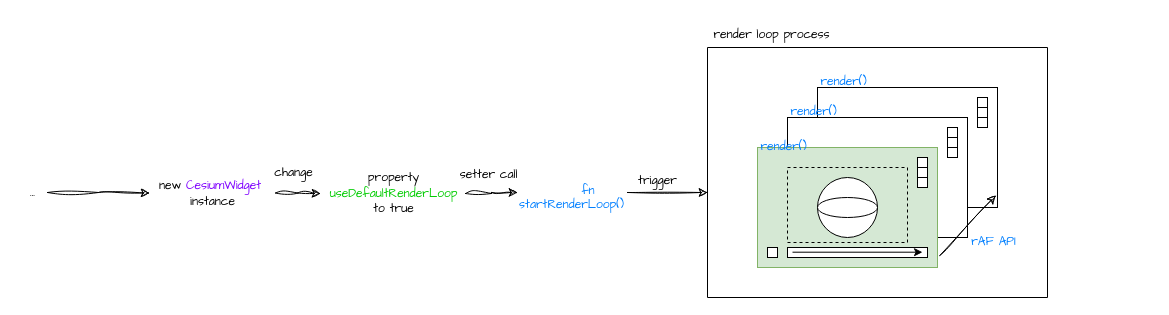
Earlier version of the draw.io diagram Temp/需要发布的博客/01Cesium的渲染调度/01Cesium的渲染调度.drawio (githubli1123/CesiumExampleCollection). Source tidied: cells renumbered, new cells numbered last; positions are measured from the earlier drawing's top-left corner, leaving out a move shared by most shapes. Both pictures are drawn from the tidied source at 100%, with x=0, y=0 at pixel (17, 20).
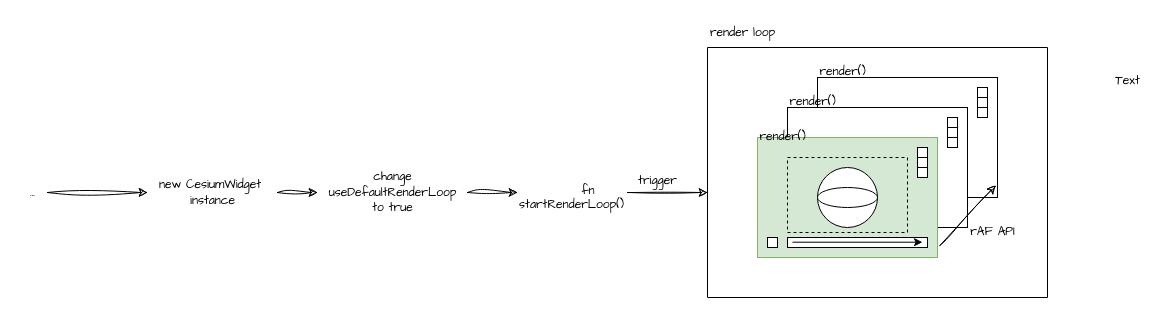
Above is the later version.

Diff of the diagram source:
```diff
@@
-    <mxCell id="2" style="edgeStyle=orthogonalEdgeStyle;rounded=0;jettySize=auto;html=1;entryX=0;entryY=0.5;entryDx=0;entryDy=0;sketch=1;curveFitting=1;jiggle=2;" parent="1" edge="1" source="3" target="30">
-      <mxGeometry relative="1" as="geometry" />
-    </mxCell>
-    <mxCell id="3" value="&lt;font face=&quot;Comic Sans MS&quot;&gt;property&lt;/font&gt;&lt;br&gt;&lt;div&gt;&lt;font color=&quot;#00cc00&quot; face=&quot;Comic Sans MS&quot;&gt;useDefaultRenderLoop&lt;/font&gt;&lt;div&gt;&lt;font face=&quot;Comic Sans MS&quot;&gt;to true&lt;/font&gt;&lt;/div&gt;&lt;/div&gt;" style="text;html=1;align=center;verticalAlign=middle;points=[];strokeColor=none;fillColor=none;" parent="1" vertex="1">
-      <mxGeometry x="303" y="144" width="145" height="58" as="geometry" />
-    </mxCell>
-    <mxCell id="4" style="swimlane;startSize=0;rounded=0;glass=0;shadow=0;swimlaneLine=1;" parent="1" vertex="1">
-      <mxGeometry x="690" y="27" width="340" height="250" as="geometry" />
-    </mxCell>
-    <mxCell id="5" style="group;" parent="4" vertex="1">
-      <mxGeometry x="40" y="20" width="278" height="200" as="geometry" />
-    </mxCell>
-    <mxCell id="6" style="rounded=0;whiteSpace=wrap;html=1;" parent="5" vertex="1">
-      <mxGeometry x="70" y="20" width="180" height="120" as="geometry" />
+    <mxCell id="6" style="rounded=0;whiteSpace=wrap;html=1;" parent="1" vertex="1">
+      <mxGeometry x="800" y="57" width="180" height="120" as="geometry" />
     </mxCell>
-    <mxCell id="7" style="rounded=0;whiteSpace=wrap;html=1;" parent="5" vertex="1">
-      <mxGeometry x="40" y="50" width="180" height="120" as="geometry" />
+    <mxCell id="7" style="rounded=0;whiteSpace=wrap;html=1;" parent="1" vertex="1">
+      <mxGeometry x="770" y="87" width="180" height="120" as="geometry" />
     </mxCell>
-    <mxCell id="8" style="rounded=0;whiteSpace=wrap;html=1;" parent="5" vertex="1">
-      <mxGeometry x="200" y="60" width="10" height="10" as="geometry" />
+    <mxCell id="8" style="rounded=0;whiteSpace=wrap;html=1;" parent="1" vertex="1">
+      <mxGeometry x="930" y="97" width="10" height="10" as="geometry" />
     </mxCell>
-    <mxCell id="9" style="rounded=0;whiteSpace=wrap;html=1;" parent="5" vertex="1">
-      <mxGeometry x="200" y="70" width="10" height="10" as="geometry" />
+    <mxCell id="9" style="rounded=0;whiteSpace=wrap;html=1;" parent="1" vertex="1">
+      <mxGeometry x="930" y="107" width="10" height="10" as="geometry" />
     </mxCell>
-    <mxCell id="10" style="rounded=0;whiteSpace=wrap;html=1;" parent="5" vertex="1">
-      <mxGeometry x="200" y="80" width="10" height="10" as="geometry" />
+    <mxCell id="10" style="rounded=0;whiteSpace=wrap;html=1;" parent="1" vertex="1">
+      <mxGeometry x="930" y="117" width="10" height="10" as="geometry" />
     </mxCell>
-    <mxCell id="11" style="rounded=0;whiteSpace=wrap;html=1;" parent="5" vertex="1">
-      <mxGeometry x="230" y="30" width="10" height="10" as="geometry" />
+    <mxCell id="11" style="rounded=0;whiteSpace=wrap;html=1;" parent="1" vertex="1">
+      <mxGeometry x="960" y="67" width="10" height="10" as="geometry" />
     </mxCell>
-    <mxCell id="12" style="rounded=0;whiteSpace=wrap;html=1;" parent="5" vertex="1">
-      <mxGeometry x="230" y="40" width="10" height="10" as="geometry" />
+    <mxCell id="12" style="rounded=0;whiteSpace=wrap;html=1;" parent="1" vertex="1">
+      <mxGeometry x="960" y="77" width="10" height="10" as="geometry" />
     </mxCell>
-    <mxCell id="13" style="rounded=0;whiteSpace=wrap;html=1;" parent="5" vertex="1">
-      <mxGeometry x="230" y="50" width="10" height="10" as="geometry" />
+    <mxCell id="13" style="rounded=0;whiteSpace=wrap;html=1;" parent="1" vertex="1">
+      <mxGeometry x="960" y="87" width="10" height="10" as="geometry" />
     </mxCell>
-    <mxCell id="14" style="group;fillColor=#d5e8d4;strokeColor=#82b366;" parent="5" vertex="1">
-      <mxGeometry x="10" y="80" width="180" height="120" as="geometry" />
+    <mxCell id="14" style="group;fillColor=#d5e8d4;strokeColor=#82b366;" parent="1" vertex="1">
+      <mxGeometry x="740" y="117" width="180" height="120" as="geometry" />
     </mxCell>
+    <mxCell id="2" style="edgeStyle=orthogonalEdgeStyle;rounded=0;jettySize=auto;html=1;entryX=0;entryY=0.5;entryDx=0;entryDy=0;sketch=1;curveFitting=1;jiggle=2;" parent="1" edge="1" source="3" target="30">
+      <mxGeometry relative="1" as="geometry" />
+    </mxCell>
+    <mxCell id="3" value="&lt;font face=&quot;Comic Sans MS&quot;&gt;change&lt;/font&gt;&lt;br&gt;&lt;div&gt;&lt;font face=&quot;Comic Sans MS&quot;&gt;useDefaultRenderLoop&lt;/font&gt;&lt;div&gt;&lt;font face=&quot;Comic Sans MS&quot;&gt;to true&lt;/font&gt;&lt;/div&gt;&lt;/div&gt;" style="text;html=1;align=center;verticalAlign=middle;points=[];strokeColor=none;fillColor=none;" parent="1" vertex="1">
+      <mxGeometry x="300" y="142" width="150" height="60" as="geometry" />
+    </mxCell>
+    <mxCell id="4" style="swimlane;startSize=0;rounded=0;glass=0;shadow=0;swimlaneLine=1;" parent="1" vertex="1">
+      <mxGeometry x="690" y="27" width="340" height="250" as="geometry" />
+    </mxCell>
+    <mxCell id="29" value="&lt;font face=&quot;Comic Sans MS&quot;&gt;rAF API&lt;/font&gt;" style="text;html=1;align=center;verticalAlign=middle;strokeColor=none;fillColor=none;fontFamily=Architects Daughter;" parent="4" vertex="1">
+      <mxGeometry x="250" y="170" width="70" height="30" as="geometry" />
+    </mxCell>
+    <mxCell id="28" value="&lt;font face=&quot;Comic Sans MS&quot;&gt;render()&lt;/font&gt;" style="text;html=1;align=center;verticalAlign=middle;strokeColor=none;fillColor=none;fontFamily=Architects Daughter;" parent="4" vertex="1">
+      <mxGeometry x="70" y="40" width="70" height="30" as="geometry" />
+    </mxCell>
-    <mxCell id="15" style="rounded=0;whiteSpace=wrap;html=1;fillColor=#d5e8d4;strokeColor=#82b366;" parent="5" vertex="1">
-      <mxGeometry x="10" y="80" width="180" height="120" as="geometry" />
+    <mxCell id="15" style="rounded=0;whiteSpace=wrap;html=1;fillColor=#d5e8d4;strokeColor=#82b366;" parent="1" vertex="1">
+      <mxGeometry x="740" y="117" width="180" height="120" as="geometry" />
     </mxCell>
-    <mxCell id="16" style="ellipse;whiteSpace=wrap;html=1;" parent="5" vertex="1">
-      <mxGeometry x="70" y="110" width="60" height="60" as="geometry" />
+    <mxCell id="16" style="ellipse;whiteSpace=wrap;html=1;" parent="1" vertex="1">
+      <mxGeometry x="800" y="147" width="60" height="60" as="geometry" />
     </mxCell>
-    <mxCell id="17" style="rounded=0;whiteSpace=wrap;html=1;" parent="5" vertex="1">
-      <mxGeometry x="20" y="180" width="10" height="10" as="geometry" />
+    <mxCell id="17" style="rounded=0;whiteSpace=wrap;html=1;" parent="1" vertex="1">
+      <mxGeometry x="750" y="217" width="10" height="10" as="geometry" />
     </mxCell>
-    <mxCell id="18" style="rounded=0;whiteSpace=wrap;html=1;" parent="5" vertex="1">
-      <mxGeometry x="40" y="180" width="140" height="10" as="geometry" />
+    <mxCell id="18" style="rounded=0;whiteSpace=wrap;html=1;" parent="1" vertex="1">
+      <mxGeometry x="770" y="217" width="140" height="10" as="geometry" />
     </mxCell>
-    <mxCell id="19" style="rounded=0;whiteSpace=wrap;html=1;" parent="5" vertex="1">
-      <mxGeometry x="170" y="90" width="10" height="10" as="geometry" />
+    <mxCell id="19" style="rounded=0;whiteSpace=wrap;html=1;" parent="1" vertex="1">
+      <mxGeometry x="900" y="127" width="10" height="10" as="geometry" />
     </mxCell>
-    <mxCell id="20" style="rounded=0;whiteSpace=wrap;html=1;" parent="5" vertex="1">
-      <mxGeometry x="170" y="100" width="10" height="10" as="geometry" />
+    <mxCell id="20" style="rounded=0;whiteSpace=wrap;html=1;" parent="1" vertex="1">
+      <mxGeometry x="900" y="137" width="10" height="10" as="geometry" />
     </mxCell>
-    <mxCell id="21" style="rounded=0;whiteSpace=wrap;html=1;" parent="5" vertex="1">
-      <mxGeometry x="170" y="110" width="10" height="10" as="geometry" />
+    <mxCell id="21" style="rounded=0;whiteSpace=wrap;html=1;" parent="1" vertex="1">
+      <mxGeometry x="900" y="147" width="10" height="10" as="geometry" />
     </mxCell>
-    <mxCell id="22" style="rounded=0;whiteSpace=wrap;html=1;fillColor=none;dashed=1;" parent="5" vertex="1">
-      <mxGeometry x="40" y="100" width="120" height="75" as="geometry" />
+    <mxCell id="22" style="rounded=0;whiteSpace=wrap;html=1;fillColor=none;dashed=1;" parent="1" vertex="1">
+      <mxGeometry x="770" y="137" width="120" height="75" as="geometry" />
     </mxCell>
-    <mxCell id="23" style="endArrow=classic;html=1;rounded=0;" parent="5" edge="1">
+    <mxCell id="23" style="endArrow=classic;html=1;rounded=0;" parent="1" edge="1">
       <mxGeometry relative="1" as="geometry">
-        <mxPoint x="45" y="184.7" as="sourcePoint" />
-        <mxPoint x="175" y="184.7" as="targetPoint" />
+        <mxPoint x="775" y="221.7" as="sourcePoint" />
+        <mxPoint x="905" y="221.7" as="targetPoint" />
       </mxGeometry>
     </mxCell>
-    <mxCell id="24" style="ellipse;whiteSpace=wrap;html=1;" parent="5" vertex="1">
-      <mxGeometry x="70" y="130" width="60" height="20" as="geometry" />
+    <mxCell id="24" style="ellipse;whiteSpace=wrap;html=1;" parent="1" vertex="1">
+      <mxGeometry x="800" y="167" width="60" height="20" as="geometry" />
     </mxCell>
-    <mxCell id="25" style="endArrow=classic;html=1;rounded=0;flowAnimation=0;sketch=1;curveFitting=1;jiggle=2;jumpStyle=none;entryX=0.99;entryY=0.9;entryDx=0;entryDy=0;exitX=1.013;exitY=0.9;exitDx=0;exitDy=0;exitPerimeter=0;entryPerimeter=0;" parent="5" edge="1" source="15" target="6">
-      <mxGeometry relative="1" as="geometry" />
-    </mxCell>
-    <mxCell id="26" value="&lt;font color=&quot;#007fff&quot; face=&quot;Comic Sans MS&quot;&gt;render()&lt;/font&gt;" style="text;html=1;align=center;verticalAlign=middle;strokeColor=none;fillColor=none;fontFamily=Architects Daughter;" parent="5" vertex="1">
-      <mxGeometry x="3" y="66" width="65" height="28" as="geometry" />
-    </mxCell>
-    <mxCell id="27" value="&lt;font color=&quot;#007fff&quot; face=&quot;Comic Sans MS&quot;&gt;render()&lt;/font&gt;" style="text;html=1;align=center;verticalAlign=middle;strokeColor=none;fillColor=none;fontFamily=Architects Daughter;" parent="5" vertex="1">
-      <mxGeometry x="63" y="1" width="65" height="28" as="geometry" />
-    </mxCell>
-    <mxCell id="28" value="&lt;font color=&quot;#007fff&quot; face=&quot;Comic Sans MS&quot;&gt;render()&lt;/font&gt;" style="text;html=1;align=center;verticalAlign=middle;strokeColor=none;fillColor=none;fontFamily=Architects Daughter;" parent="5" vertex="1">
-      <mxGeometry x="33" y="31" width="65" height="28" as="geometry" />
-    </mxCell>
-    <mxCell id="29" value="&lt;font color=&quot;#007fff&quot; face=&quot;Comic Sans MS&quot;&gt;rAF API&lt;/font&gt;" style="text;html=1;align=center;verticalAlign=middle;strokeColor=none;fillColor=none;fontFamily=Architects Daughter;" parent="5" vertex="1">
-      <mxGeometry x="213" y="161" width="65" height="28" as="geometry" />
-    </mxCell>
-    <mxCell id="30" value="             fn&#10;startRenderLoop()" style="text;whiteSpace=wrap;fontFamily=Comic Sans MS;fontColor=#007FFF;" parent="1" vertex="1">
+    <mxCell id="30" value="             fn&#10;startRenderLoop()" style="text;whiteSpace=wrap;fontFamily=Comic Sans MS;" parent="1" vertex="1">
       <mxGeometry x="500" y="157" width="110" height="30" as="geometry" />
     </mxCell>
-    <mxCell id="31" value="&lt;font face=&quot;Comic Sans MS&quot;&gt;render loop process&lt;/font&gt;" style="text;html=1;align=center;verticalAlign=middle;strokeColor=none;fillColor=none;" parent="1" vertex="1">
-      <mxGeometry x="690" width="128" height="27" as="geometry" />
+    <mxCell id="31" value="&lt;font face=&quot;Comic Sans MS&quot;&gt;render loop&lt;/font&gt;" style="text;html=1;align=center;verticalAlign=middle;strokeColor=none;fillColor=none;" parent="1" vertex="1">
+      <mxGeometry x="680" y="-3" width="90" height="30" as="geometry" />
     </mxCell>
@@
-    <mxCell id="35" value="&lt;font face=&quot;Comic Sans MS&quot;&gt;new &lt;font color=&quot;#7f00ff&quot;&gt;CesiumWidget&lt;/font&gt;&amp;nbsp;&lt;/font&gt;&lt;div&gt;&lt;font face=&quot;Comic Sans MS&quot;&gt;instance&lt;/font&gt;&lt;/div&gt;" style="text;html=1;align=center;verticalAlign=middle;points=[];strokeColor=none;fillColor=none;" parent="1" vertex="1">
-      <mxGeometry x="132" y="151" width="126" height="43" as="geometry" />
+    <mxCell id="35" value="&lt;font face=&quot;Comic Sans MS&quot;&gt;new CesiumWidget&amp;nbsp;&lt;/font&gt;&lt;div&gt;&lt;font face=&quot;Comic Sans MS&quot;&gt;instance&lt;/font&gt;&lt;/div&gt;" style="text;html=1;align=center;verticalAlign=middle;points=[];strokeColor=none;fillColor=none;" parent="1" vertex="1">
+      <mxGeometry x="130" y="152" width="130" height="40" as="geometry" />
     </mxCell>
+    <mxCell id="40" value="&lt;font face=&quot;Comic Sans MS&quot;&gt;Text&lt;/font&gt;" style="text;html=1;align=center;verticalAlign=middle;strokeColor=none;fillColor=none;" parent="1" vertex="1">
+      <mxGeometry x="1085" y="45" width="50" height="30" as="geometry" />
+    </mxCell>
@@
-    <mxCell id="38" value="&lt;span style=&quot;font-family: &amp;quot;Comic Sans MS&amp;quot;;&quot;&gt;change&lt;/span&gt;" style="text;html=1;align=center;verticalAlign=middle;strokeColor=none;fillColor=none;fontFamily=Architects Daughter;" parent="1" vertex="1">
-      <mxGeometry x="248" y="139" width="56" height="28" as="geometry" />
-    </mxCell>
-    <mxCell id="39" value="&lt;font face=&quot;Comic Sans MS&quot;&gt;setter call&lt;/font&gt;" style="text;html=1;align=center;verticalAlign=middle;strokeColor=none;fillColor=none;fontFamily=Architects Daughter;" parent="1" vertex="1">
-      <mxGeometry x="432" y="141" width="77" height="28" as="geometry" />
-    </mxCell>
+    <mxCell id="25" style="endArrow=classic;html=1;rounded=0;flowAnimation=0;sketch=1;curveFitting=1;jiggle=2;jumpStyle=none;entryX=0.99;entryY=0.9;entryDx=0;entryDy=0;exitX=1.013;exitY=0.9;exitDx=0;exitDy=0;exitPerimeter=0;entryPerimeter=0;" parent="1" edge="1" source="15" target="6">
+      <mxGeometry relative="1" as="geometry" />
+    </mxCell>
+    <mxCell id="26" value="&lt;font face=&quot;Comic Sans MS&quot;&gt;render()&lt;/font&gt;" style="text;html=1;align=center;verticalAlign=middle;strokeColor=none;fillColor=none;fontFamily=Architects Daughter;" parent="1" vertex="1">
+      <mxGeometry x="730" y="102" width="70" height="30" as="geometry" />
+    </mxCell>
+    <mxCell id="27" value="&lt;font face=&quot;Comic Sans MS&quot;&gt;render()&lt;/font&gt;" style="text;html=1;align=center;verticalAlign=middle;strokeColor=none;fillColor=none;fontFamily=Architects Daughter;" parent="1" vertex="1">
+      <mxGeometry x="790" y="37" width="70" height="30" as="geometry" />
+    </mxCell>
```
